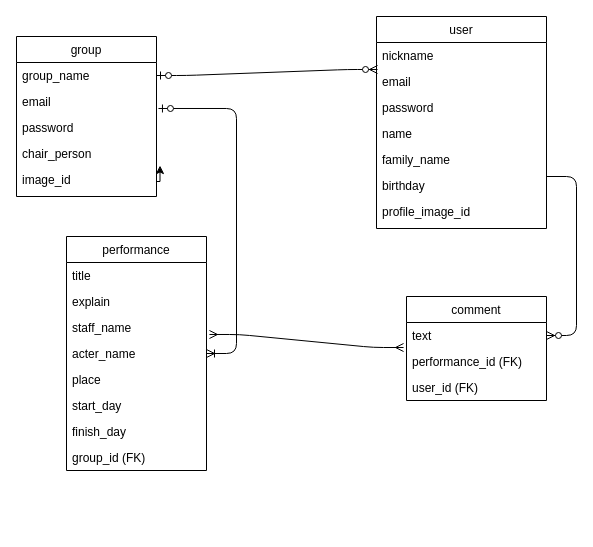
Kagiya-masahumi/theatre_archive_app keeps this draw.io diagram as theatre_archive.dio. Above is the earlier version. Source tidied: cells renumbered, new cells numbered last; positions are measured from the earlier drawing's top-left corner, leaving out a move shared by most shapes. Both pictures are drawn from the tidied source at 100%, with x=0, y=0 at pixel (16, 16).
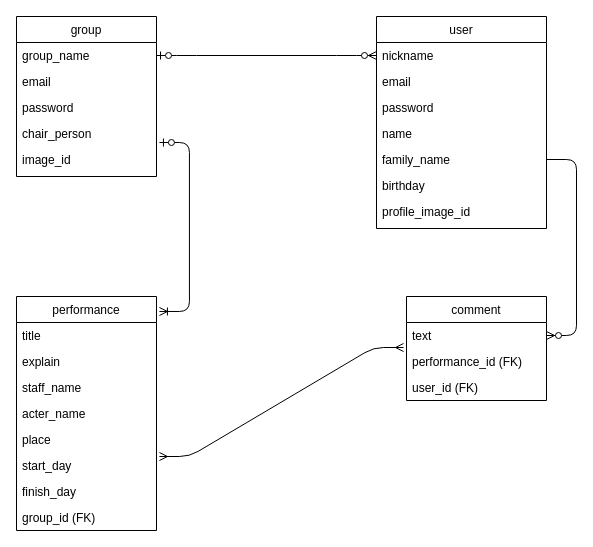
The same diagram, later.

The change refers to these unchanged cells:
```xml
<mxCell id="3" value="nickname" style="text;strokeColor=none;fillColor=none;align=left;verticalAlign=top;spacingLeft=4;spacingRight=4;overflow=hidden;points=[[0,0.5],[1,0.5]];portConstraint=eastwest;" parent="2" vertex="1">
  <mxGeometry y="26" width="170" height="26" as="geometry" />
</mxCell>
<mxCell id="4" value="email" style="text;strokeColor=none;fillColor=none;align=left;verticalAlign=top;spacingLeft=4;spacingRight=4;overflow=hidden;points=[[0,0.5],[1,0.5]];portConstraint=eastwest;" parent="2" vertex="1">
  <mxGeometry y="52" width="170" height="26" as="geometry" />
</mxCell>
<mxCell id="7" value="family_name" style="text;strokeColor=none;fillColor=none;align=left;verticalAlign=top;spacingLeft=4;spacingRight=4;overflow=hidden;points=[[0,0.5],[1,0.5]];portConstraint=eastwest;" parent="2" vertex="1">
  <mxGeometry y="130" width="170" height="26" as="geometry" />
</mxCell>
<mxCell id="8" value="birthday" style="text;strokeColor=none;fillColor=none;align=left;verticalAlign=top;spacingLeft=4;spacingRight=4;overflow=hidden;points=[[0,0.5],[1,0.5]];portConstraint=eastwest;" parent="2" vertex="1">
  <mxGeometry y="156" width="170" height="26" as="geometry" />
</mxCell>
<mxCell id="11" value="group_name" style="text;strokeColor=none;fillColor=none;align=left;verticalAlign=top;spacingLeft=4;spacingRight=4;overflow=hidden;points=[[0,0.5],[1,0.5]];portConstraint=eastwest;" parent="10" vertex="1">
  <mxGeometry y="26" width="140" height="26" as="geometry" />
</mxCell>
<mxCell id="12" value="email" style="text;strokeColor=none;fillColor=none;align=left;verticalAlign=top;spacingLeft=4;spacingRight=4;overflow=hidden;points=[[0,0.5],[1,0.5]];portConstraint=eastwest;" parent="10" vertex="1">
  <mxGeometry y="52" width="140" height="26" as="geometry" />
</mxCell>
<mxCell id="16" value="image_id" style="text;strokeColor=none;fillColor=none;spacingLeft=4;spacingRight=4;overflow=hidden;points=[[0,0.5],[1,0.5]];portConstraint=eastwest;fontSize=12;" parent="10" vertex="1">
  <mxGeometry y="130" width="140" height="30" as="geometry" />
</mxCell>
<mxCell id="20" value="staff_name" style="text;strokeColor=none;fillColor=none;align=left;verticalAlign=top;spacingLeft=4;spacingRight=4;overflow=hidden;points=[[0,0.5],[1,0.5]];portConstraint=eastwest;" parent="17" vertex="1">
  <mxGeometry y="78" width="140" height="26" as="geometry" />
</mxCell>
<mxCell id="21" value="acter_name" style="text;strokeColor=none;fillColor=none;align=left;verticalAlign=top;spacingLeft=4;spacingRight=4;overflow=hidden;points=[[0,0.5],[1,0.5]];portConstraint=eastwest;" parent="17" vertex="1">
  <mxGeometry y="104" width="140" height="26" as="geometry" />
</mxCell>
<mxCell id="23" value="start_day" style="text;strokeColor=none;fillColor=none;align=left;verticalAlign=top;spacingLeft=4;spacingRight=4;overflow=hidden;points=[[0,0.5],[1,0.5]];portConstraint=eastwest;" parent="17" vertex="1">
  <mxGeometry y="156" width="140" height="26" as="geometry" />
</mxCell>
<mxCell id="27" value="text" style="text;strokeColor=none;fillColor=none;align=left;verticalAlign=top;spacingLeft=4;spacingRight=4;overflow=hidden;points=[[0,0.5],[1,0.5]];portConstraint=eastwest;" parent="26" vertex="1">
  <mxGeometry y="26" width="140" height="26" as="geometry" />
</mxCell>
<mxCell id="28" value="performance_id (FK)" style="text;strokeColor=none;fillColor=none;align=left;verticalAlign=top;spacingLeft=4;spacingRight=4;overflow=hidden;points=[[0,0.5],[1,0.5]];portConstraint=eastwest;" parent="26" vertex="1">
  <mxGeometry y="52" width="140" height="26" as="geometry" />
</mxCell>
```

What changed in the source:
```diff
@@
     <mxCell id="10" value="group" style="swimlane;fontStyle=0;horizontal=1;startSize=26;fillColor=none;" parent="1" vertex="1">
-      <mxGeometry y="20" width="140" height="160" as="geometry" />
+      <mxGeometry width="140" height="160" as="geometry" />
     </mxCell>
@@
-    <mxCell id="15" style="edgeStyle=orthogonalEdgeStyle;rounded=0;orthogonalLoop=1;jettySize=auto;html=1;exitX=1;exitY=0.5;exitDx=0;exitDy=0;entryX=1.025;entryY=-0.033;entryDx=0;entryDy=0;entryPerimeter=0;" parent="10" edge="1" source="16" target="16">
-      <mxGeometry relative="1" as="geometry" />
-    </mxCell>
@@
     <mxCell id="17" value="performance" style="swimlane;fontStyle=0;horizontal=1;startSize=26;fillColor=none;" parent="1" vertex="1">
-      <mxGeometry x="50" y="220" width="140" height="234" as="geometry" />
+      <mxGeometry y="280" width="140" height="234" as="geometry" />
     </mxCell>
@@
-    <mxCell id="30" style="edgeStyle=entityRelationEdgeStyle;fontSize=12;html=1;endArrow=ERzeroToMany;endFill=1;entryX=1;entryY=0.5;entryDx=0;entryDy=0;exitX=1;exitY=0.154;exitDx=0;exitDy=0;exitPerimeter=0;" parent="1" edge="1" source="8" target="27">
+    <mxCell id="30" style="edgeStyle=entityRelationEdgeStyle;fontSize=12;html=1;endArrow=ERzeroToMany;endFill=1;entryX=1;entryY=0.5;entryDx=0;entryDy=0;exitX=1;exitY=0.5;exitDx=0;exitDy=0;" parent="1" edge="1" source="7" target="27">
       <mxGeometry relative="1" as="geometry" />
     </mxCell>
-    <mxCell id="31" style="edgeStyle=entityRelationEdgeStyle;fontSize=12;html=1;endArrow=ERmany;startArrow=ERmany;entryX=-0.021;entryY=-0.038;entryDx=0;entryDy=0;entryPerimeter=0;exitX=1.021;exitY=0.769;exitDx=0;exitDy=0;exitPerimeter=0;" parent="1" edge="1" source="20" target="28">
+    <mxCell id="31" style="edgeStyle=entityRelationEdgeStyle;fontSize=12;html=1;endArrow=ERmany;startArrow=ERmany;entryX=-0.021;entryY=-0.038;entryDx=0;entryDy=0;entryPerimeter=0;exitX=1.021;exitY=0.154;exitDx=0;exitDy=0;exitPerimeter=0;" parent="1" edge="1" source="23" target="28">
       <mxGeometry relative="1" as="geometry" />
     </mxCell>
-    <mxCell id="32" style="edgeStyle=entityRelationEdgeStyle;fontSize=12;html=1;endArrow=ERoneToMany;startArrow=ERzeroToOne;exitX=1.014;exitY=0.769;exitDx=0;exitDy=0;exitPerimeter=0;" parent="1" edge="1" source="12" target="21">
+    <mxCell id="32" style="edgeStyle=entityRelationEdgeStyle;fontSize=12;html=1;endArrow=ERoneToMany;startArrow=ERzeroToOne;exitX=1.021;exitY=-0.133;exitDx=0;exitDy=0;exitPerimeter=0;entryX=1.021;entryY=0.064;entryDx=0;entryDy=0;entryPerimeter=0;" parent="1" edge="1" source="16" target="17">
       <mxGeometry relative="1" as="geometry" />
     </mxCell>
-    <mxCell id="33" style="edgeStyle=entityRelationEdgeStyle;fontSize=12;html=1;endArrow=ERzeroToMany;startArrow=ERzeroToOne;exitX=1;exitY=0.5;exitDx=0;exitDy=0;entryX=0.006;entryY=0.038;entryDx=0;entryDy=0;entryPerimeter=0;" parent="1" edge="1" source="11" target="4">
+    <mxCell id="33" style="edgeStyle=entityRelationEdgeStyle;fontSize=12;html=1;endArrow=ERzeroToMany;startArrow=ERzeroToOne;exitX=1;exitY=0.5;exitDx=0;exitDy=0;entryX=0;entryY=0.5;entryDx=0;entryDy=0;" parent="1" edge="1" source="11" target="3">
       <mxGeometry relative="1" as="geometry" />
     </mxCell>
```
